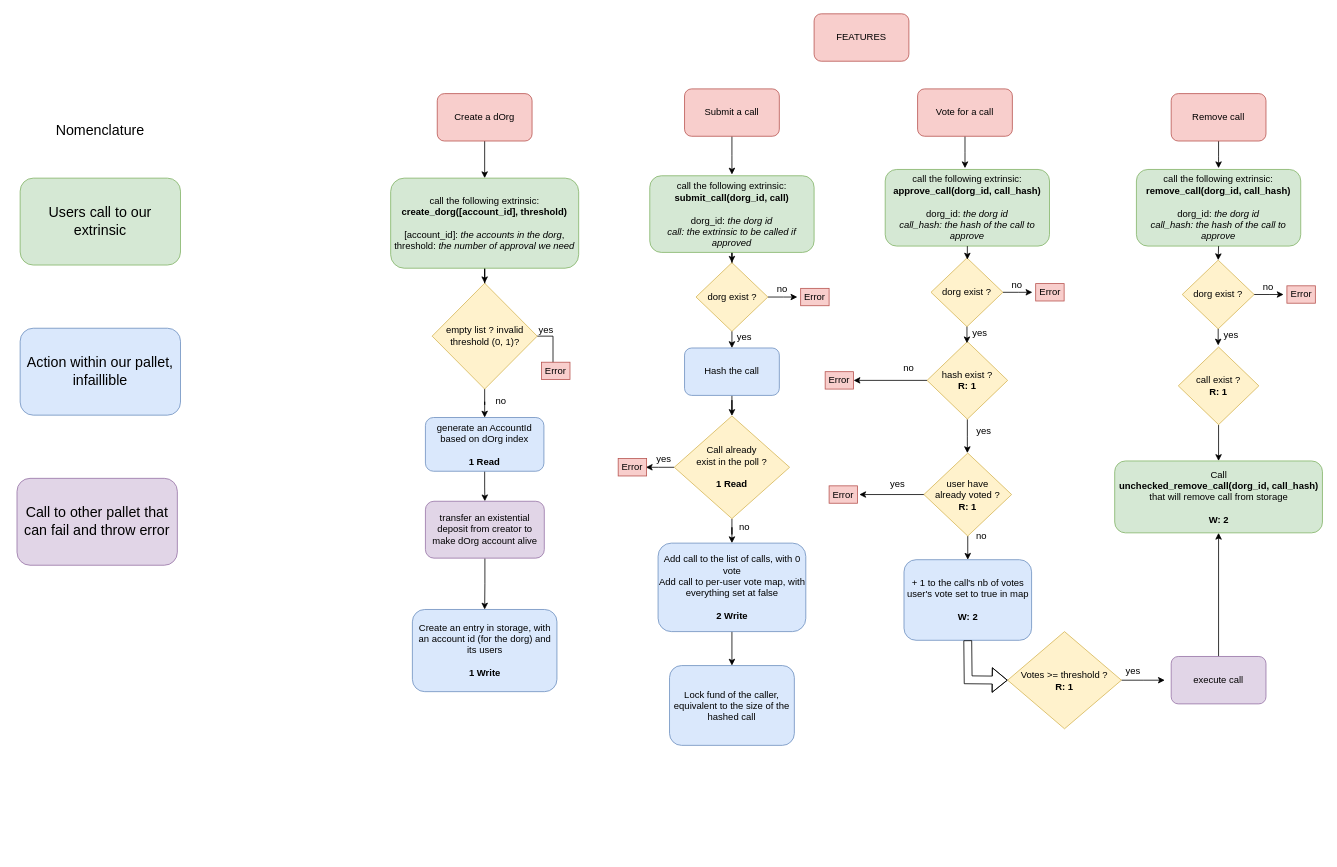
Earlier version of the draw.io diagram pallet_dorg.drawio (kabocha-network/pallet_supersig). Source tidied: cells renumbered, new cells numbered last; positions are measured from the earlier drawing's top-left corner, leaving out a move shared by most shapes. Both pictures are drawn from the tidied source at 79%, with x=0, y=0 at pixel (13, 13).
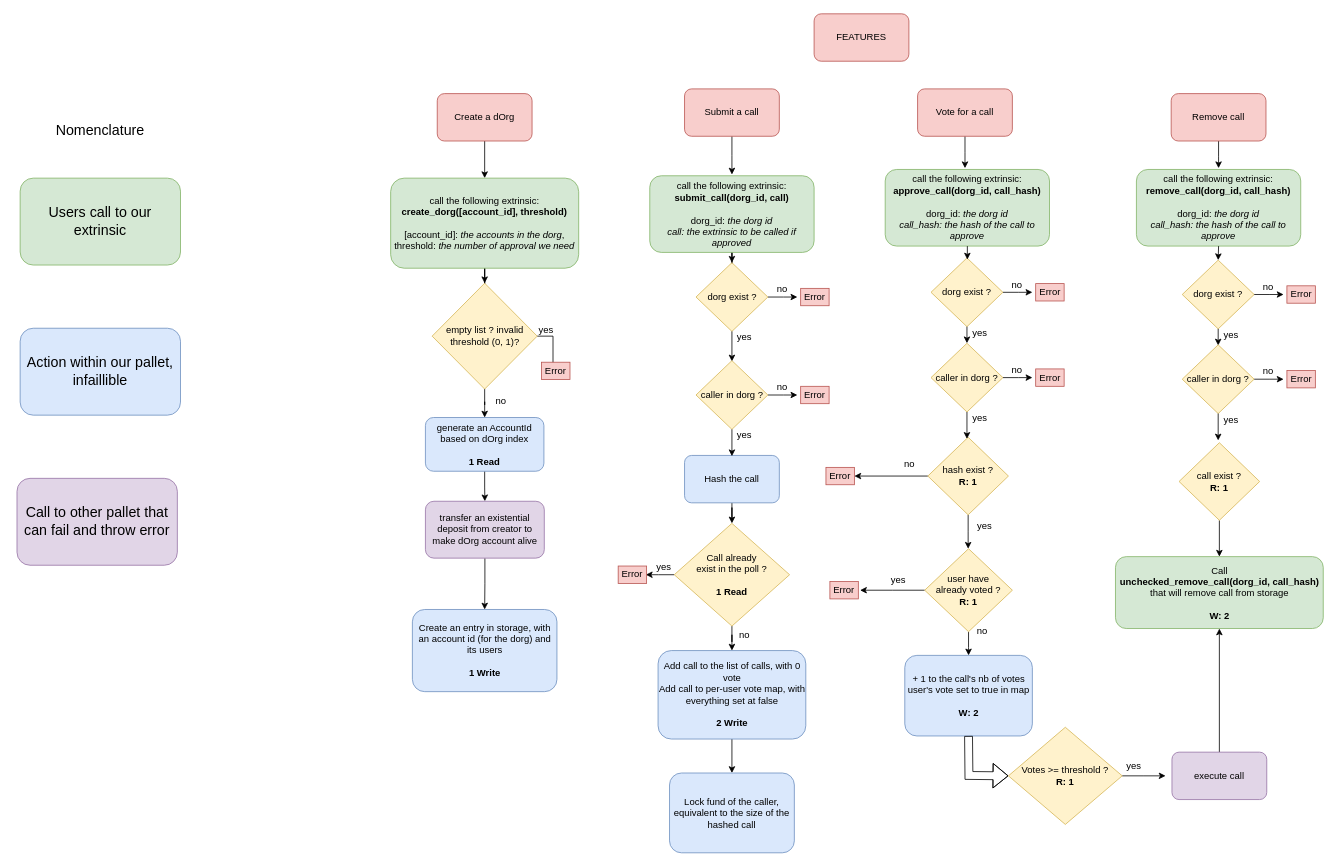
Above is the later version.

Commit message:
added "caller in dorg" check

The change refers to these unchanged cells:
```xml
<mxCell id="58" value="dorg exist ?" style="rhombus;whiteSpace=wrap;html=1;fontSize=12;fillColor=#fff2cc;strokeColor=#d6b656;" parent="1" vertex="1">
  <mxGeometry x="863.5" y="315" width="91" height="87" as="geometry" />
</mxCell>
```

Diff of the diagram source:
```diff
@@
     <mxCell id="23" value="Hash the call" style="rounded=1;whiteSpace=wrap;html=1;fontSize=12;fillColor=#dae8fc;strokeColor=#6c8ebf;" parent="1" vertex="1">
-      <mxGeometry x="849" y="423" width="120" height="60" as="geometry" />
+      <mxGeometry x="849" y="559" width="120" height="60" as="geometry" />
     </mxCell>
@@
     <mxCell id="25" style="edgeStyle=orthogonalEdgeStyle;rounded=0;jettySize=auto;html=1;entryX=1;entryY=0.5;entryDx=0;entryDy=0;fontSize=12;" parent="1" edge="1" source="26">
       <mxGeometry relative="1" as="geometry">
-        <mxPoint x="800" y="574" as="targetPoint" />
+        <mxPoint x="800" y="710" as="targetPoint" />
       </mxGeometry>
     </mxCell>
     <mxCell id="26" value="&lt;div&gt;Call already&lt;/div&gt;&lt;div&gt;exist in the poll ?&lt;/div&gt;&lt;div&gt;&lt;br&gt;&lt;/div&gt;&lt;div&gt;&lt;b&gt;1 Read&lt;/b&gt;&lt;br&gt;&lt;/div&gt;" style="rhombus;whiteSpace=wrap;html=1;fontSize=12;fillColor=#fff2cc;strokeColor=#d6b656;" parent="1" vertex="1">
-      <mxGeometry x="836" y="509" width="146" height="130" as="geometry" />
+      <mxGeometry x="836" y="645" width="146" height="130" as="geometry" />
     </mxCell>
@@
     <mxCell id="28" value="&lt;div&gt;Add call to the list of calls, with 0 vote&lt;/div&gt;&lt;div&gt;Add call to per-user vote map, with everything set at false &lt;br&gt;&lt;/div&gt;&lt;div&gt;&lt;br&gt;&lt;/div&gt;&lt;div&gt;&lt;b&gt;2 Write&lt;/b&gt;&lt;br&gt;&lt;/div&gt;" style="rounded=1;whiteSpace=wrap;html=1;fontSize=12;fillColor=#dae8fc;strokeColor=#6c8ebf;" parent="1" vertex="1">
-      <mxGeometry x="815.5" y="670" width="187" height="112" as="geometry" />
+      <mxGeometry x="815.5" y="806" width="187" height="112" as="geometry" />
     </mxCell>
     <mxCell id="29" value="Error" style="rounded=0;whiteSpace=wrap;html=1;fontSize=12;fillColor=#f8cecc;strokeColor=#b85450;" parent="1" vertex="1">
-      <mxGeometry x="765" y="563" width="36" height="22" as="geometry" />
+      <mxGeometry x="765" y="699" width="36" height="22" as="geometry" />
     </mxCell>
     <mxCell id="30" value="yes" style="text;html=1;strokeColor=none;fillColor=none;align=center;verticalAlign=middle;whiteSpace=wrap;rounded=0;fontSize=12;" parent="1" vertex="1">
-      <mxGeometry x="793" y="549" width="60" height="30" as="geometry" />
+      <mxGeometry x="793" y="685" width="60" height="30" as="geometry" />
     </mxCell>
     <mxCell id="31" value="no" style="text;html=1;strokeColor=none;fillColor=none;align=center;verticalAlign=middle;whiteSpace=wrap;rounded=0;fontSize=12;" parent="1" vertex="1">
-      <mxGeometry x="895" y="635" width="60" height="30" as="geometry" />
+      <mxGeometry x="895" y="771" width="60" height="30" as="geometry" />
     </mxCell>
     <mxCell id="32" value="Lock fund of the caller, equivalent to the size of the hashed call" style="rounded=1;whiteSpace=wrap;html=1;fontSize=12;fillColor=#dae8fc;strokeColor=#6c8ebf;" parent="1" vertex="1">
-      <mxGeometry x="830" y="825" width="158" height="101" as="geometry" />
+      <mxGeometry x="830" y="961" width="158" height="101" as="geometry" />
     </mxCell>
@@
     <mxCell id="35" style="edgeStyle=orthogonalEdgeStyle;rounded=0;jettySize=auto;html=1;fontSize=12;" parent="1" edge="1" source="36">
       <mxGeometry relative="1" as="geometry">
-        <mxPoint x="1207" y="556" as="targetPoint" />
+        <mxPoint x="1208" y="677.1" as="targetPoint" />
       </mxGeometry>
     </mxCell>
     <mxCell id="36" value="&lt;div&gt;hash exist ?&lt;/div&gt;&lt;div&gt;&lt;b&gt;R: 1&lt;/b&gt;&lt;br&gt;&lt;/div&gt;" style="rhombus;whiteSpace=wrap;html=1;fontSize=12;fillColor=#fff2cc;strokeColor=#d6b656;" parent="1" vertex="1">
-      <mxGeometry x="1156" y="414.9" width="102" height="98.2" as="geometry" />
+      <mxGeometry x="1157" y="536" width="102" height="98.2" as="geometry" />
     </mxCell>
     <mxCell id="37" value="Error" style="rounded=0;whiteSpace=wrap;html=1;fontSize=12;fillColor=#f8cecc;strokeColor=#b85450;" parent="1" vertex="1">
-      <mxGeometry x="1027" y="453" width="36" height="22" as="geometry" />
+      <mxGeometry x="1028" y="574.1" width="36" height="22" as="geometry" />
     </mxCell>
     <mxCell id="38" value="no" style="text;html=1;strokeColor=none;fillColor=none;align=center;verticalAlign=middle;whiteSpace=wrap;rounded=0;fontSize=12;" parent="1" vertex="1">
-      <mxGeometry x="1103" y="434" width="60" height="30" as="geometry" />
+      <mxGeometry x="1104" y="555.1" width="60" height="30" as="geometry" />
     </mxCell>
     <mxCell id="39" value="yes" style="text;html=1;strokeColor=none;fillColor=none;align=center;verticalAlign=middle;whiteSpace=wrap;rounded=0;fontSize=12;" parent="1" vertex="1">
-      <mxGeometry x="1198" y="513.1" width="60" height="30" as="geometry" />
+      <mxGeometry x="1199" y="634.2" width="60" height="30" as="geometry" />
     </mxCell>
     <mxCell id="40" style="edgeStyle=orthogonalEdgeStyle;rounded=0;jettySize=auto;html=1;fontSize=12;" parent="1" edge="1" source="42">
       <mxGeometry relative="1" as="geometry">
-        <mxPoint x="1070.2" y="608.5" as="targetPoint" />
+        <mxPoint x="1071.2" y="729.6" as="targetPoint" />
       </mxGeometry>
     </mxCell>
@@
     <mxCell id="42" value="&lt;div&gt;user have&lt;/div&gt;&lt;div&gt;already voted ?&lt;/div&gt;&lt;div&gt;&lt;b&gt;R: 1&lt;/b&gt;&lt;br&gt;&lt;/div&gt;" style="rhombus;whiteSpace=wrap;html=1;fontSize=12;fillColor=#fff2cc;strokeColor=#d6b656;" parent="1" vertex="1">
-      <mxGeometry x="1152" y="556" width="111" height="105" as="geometry" />
+      <mxGeometry x="1153" y="677.1" width="111" height="105" as="geometry" />
     </mxCell>
     <mxCell id="43" value="Error" style="rounded=0;whiteSpace=wrap;html=1;fontSize=12;fillColor=#f8cecc;strokeColor=#b85450;" parent="1" vertex="1">
-      <mxGeometry x="1032" y="597.5" width="36" height="22" as="geometry" />
+      <mxGeometry x="1033" y="718.6" width="36" height="22" as="geometry" />
     </mxCell>
     <mxCell id="44" value="no" style="text;html=1;strokeColor=none;fillColor=none;align=center;verticalAlign=middle;whiteSpace=wrap;rounded=0;fontSize=12;" parent="1" vertex="1">
-      <mxGeometry x="1195" y="646" width="60" height="30" as="geometry" />
+      <mxGeometry x="1196" y="767.1" width="60" height="30" as="geometry" />
     </mxCell>
     <mxCell id="45" value="yes" style="text;html=1;strokeColor=none;fillColor=none;align=center;verticalAlign=middle;whiteSpace=wrap;rounded=0;fontSize=12;" parent="1" vertex="1">
-      <mxGeometry x="1089" y="581" width="60" height="30" as="geometry" />
+      <mxGeometry x="1090" y="702.1" width="60" height="30" as="geometry" />
     </mxCell>
     <mxCell id="46" value="&lt;div&gt;+ 1 to the call's nb of votes&lt;/div&gt;&lt;div&gt;user's vote set to true in map&lt;/div&gt;&lt;div&gt;&lt;b&gt;&lt;br&gt;&lt;/b&gt;&lt;/div&gt;&lt;div&gt;&lt;b&gt;W: 2&lt;/b&gt;&lt;br&gt;&lt;/div&gt;" style="rounded=1;whiteSpace=wrap;html=1;fontSize=12;fillColor=#dae8fc;strokeColor=#6c8ebf;" parent="1" vertex="1">
-      <mxGeometry x="1126.8" y="691" width="161.5" height="102" as="geometry" />
+      <mxGeometry x="1127.8" y="812.1" width="161.5" height="102" as="geometry" />
     </mxCell>
     <mxCell id="47" style="shape=flexArrow;endArrow=classic;html=1;rounded=0;fontSize=12;exitX=0.5;exitY=1;exitDx=0;exitDy=0;entryX=0;entryY=0.5;entryDx=0;entryDy=0;" parent="1" edge="1">
       <mxGeometry relative="1" as="geometry">
-        <mxPoint x="1207.5" y="793" as="sourcePoint" />
-        <mxPoint x="1258" y="843.5" as="targetPoint" />
+        <mxPoint x="1208.5" y="914.1" as="sourcePoint" />
+        <mxPoint x="1259" y="964.6" as="targetPoint" />
         <Array as="points">
-          <mxPoint x="1208" y="843" />
+          <mxPoint x="1209" y="964.1" />
         </Array>
       </mxGeometry>
     </mxCell>
     <mxCell id="48" style="edgeStyle=orthogonalEdgeStyle;rounded=0;jettySize=auto;html=1;fontSize=12;" parent="1" edge="1" source="49">
       <mxGeometry relative="1" as="geometry">
-        <mxPoint x="1456.9" y="843.5" as="targetPoint" />
+        <mxPoint x="1457.9" y="964.6" as="targetPoint" />
       </mxGeometry>
     </mxCell>
     <mxCell id="49" value="&lt;div&gt;Votes &amp;gt;= threshold ?&lt;/div&gt;&lt;b&gt;R: 1&lt;/b&gt;" style="rhombus;whiteSpace=wrap;html=1;fontSize=12;fillColor=#fff2cc;strokeColor=#d6b656;" parent="1" vertex="1">
-      <mxGeometry x="1258" y="782" width="144" height="123" as="geometry" />
+      <mxGeometry x="1259" y="903.1" width="144" height="123" as="geometry" />
     </mxCell>
     <mxCell id="50" value="yes" style="text;html=1;strokeColor=none;fillColor=none;align=center;verticalAlign=middle;whiteSpace=wrap;rounded=0;fontSize=12;" parent="1" vertex="1">
-      <mxGeometry x="1387" y="817" width="60" height="30" as="geometry" />
+      <mxGeometry x="1388" y="938.1" width="60" height="30" as="geometry" />
     </mxCell>
@@
     <mxCell id="52" value="execute call" style="rounded=1;whiteSpace=wrap;html=1;fontSize=12;fillColor=#e1d5e7;strokeColor=#9673a6;" parent="1" vertex="1">
-      <mxGeometry x="1465" y="813.5" width="120" height="60" as="geometry" />
+      <mxGeometry x="1466" y="934.6" width="120" height="60" as="geometry" />
     </mxCell>
@@
     <mxCell id="54" value="&lt;div&gt;call exist ?&lt;/div&gt;&lt;div&gt;&lt;b&gt;R: 1&lt;/b&gt;&lt;br&gt;&lt;/div&gt;" style="rhombus;whiteSpace=wrap;html=1;fontSize=12;fillColor=#fff2cc;strokeColor=#d6b656;" parent="1" vertex="1">
-      <mxGeometry x="1474" y="421.8" width="102" height="98.2" as="geometry" />
+      <mxGeometry x="1475" y="542.9" width="102" height="98.2" as="geometry" />
     </mxCell>
@@
     <mxCell id="56" value="&lt;div&gt;Call&lt;/div&gt;&lt;div&gt;&lt;b&gt;unchecked_remove_call(dorg_id, call_hash)&lt;/b&gt;&lt;br&gt;&lt;/div&gt;&lt;div&gt;that will remove call from storage&lt;/div&gt;&lt;div&gt;&lt;br&gt;&lt;/div&gt;&lt;div&gt;&lt;b&gt;W: 2&lt;/b&gt;&lt;br&gt;&lt;/div&gt;" style="rounded=1;whiteSpace=wrap;html=1;fontSize=12;fillColor=#d5e8d4;strokeColor=#82b366;" parent="1" vertex="1">
-      <mxGeometry x="1393.5" y="566" width="263" height="91" as="geometry" />
+      <mxGeometry x="1394.5" y="687.1" width="263" height="91" as="geometry" />
     </mxCell>
@@
-    <mxCell id="62" style="endArrow=classic;html=1;rounded=0;fontSize=12;exitX=0.5;exitY=1;exitDx=0;exitDy=0;entryX=0.5;entryY=0;entryDx=0;entryDy=0;" parent="1" edge="1" source="58" target="23">
-      <mxGeometry relative="1" as="geometry" />
+    <mxCell id="62" style="endArrow=classic;html=1;rounded=0;fontSize=12;exitX=0.5;exitY=1;exitDx=0;exitDy=0;" parent="1" edge="1" source="58">
+      <mxGeometry relative="1" as="geometry">
+        <mxPoint x="909" y="440" as="targetPoint" />
+      </mxGeometry>
     </mxCell>
@@
+    <mxCell id="85" style="edgeStyle=orthogonalEdgeStyle;rounded=0;jettySize=auto;html=1;fontSize=12;" parent="1" edge="1" source="86">
+      <mxGeometry relative="1" as="geometry">
+        <mxPoint x="991.8" y="482.5" as="targetPoint" />
+      </mxGeometry>
+    </mxCell>
+    <mxCell id="86" value="caller in dorg ?" style="rhombus;whiteSpace=wrap;html=1;fontSize=12;fillColor=#fff2cc;strokeColor=#d6b656;" parent="1" vertex="1">
+      <mxGeometry x="863.5" y="439" width="91" height="87" as="geometry" />
+    </mxCell>
+    <mxCell id="87" value="no" style="text;html=1;strokeColor=none;fillColor=none;align=center;verticalAlign=middle;whiteSpace=wrap;rounded=0;fontSize=12;" parent="1" vertex="1">
+      <mxGeometry x="942.5" y="458" width="60" height="30" as="geometry" />
+    </mxCell>
+    <mxCell id="88" value="yes" style="text;html=1;strokeColor=none;fillColor=none;align=center;verticalAlign=middle;whiteSpace=wrap;rounded=0;fontSize=12;" parent="1" vertex="1">
+      <mxGeometry x="895" y="519" width="60" height="30" as="geometry" />
+    </mxCell>
+    <mxCell id="89" value="Error" style="rounded=0;whiteSpace=wrap;html=1;fontSize=12;fillColor=#f8cecc;strokeColor=#b85450;" parent="1" vertex="1">
+      <mxGeometry x="996" y="471.5" width="36" height="22" as="geometry" />
+    </mxCell>
+    <mxCell id="90" style="endArrow=classic;html=1;rounded=0;fontSize=12;exitX=0.5;exitY=1;exitDx=0;exitDy=0;" parent="1" edge="1" source="86">
+      <mxGeometry relative="1" as="geometry">
+        <mxPoint x="909" y="560" as="targetPoint" />
+      </mxGeometry>
+    </mxCell>
+    <mxCell id="91" style="edgeStyle=orthogonalEdgeStyle;rounded=0;jettySize=auto;html=1;fontSize=12;" parent="1" edge="1" source="92">
+      <mxGeometry relative="1" as="geometry">
+        <mxPoint x="1289.3" y="460.5" as="targetPoint" />
+      </mxGeometry>
+    </mxCell>
+    <mxCell id="92" value="caller in dorg ?" style="rhombus;whiteSpace=wrap;html=1;fontSize=12;fillColor=#fff2cc;strokeColor=#d6b656;" parent="1" vertex="1">
+      <mxGeometry x="1161" y="417" width="91" height="87" as="geometry" />
+    </mxCell>
+    <mxCell id="93" value="no" style="text;html=1;strokeColor=none;fillColor=none;align=center;verticalAlign=middle;whiteSpace=wrap;rounded=0;fontSize=12;" parent="1" vertex="1">
+      <mxGeometry x="1240" y="436" width="60" height="30" as="geometry" />
+    </mxCell>
+    <mxCell id="94" value="yes" style="text;html=1;strokeColor=none;fillColor=none;align=center;verticalAlign=middle;whiteSpace=wrap;rounded=0;fontSize=12;" parent="1" vertex="1">
+      <mxGeometry x="1192.5" y="497" width="60" height="30" as="geometry" />
+    </mxCell>
+    <mxCell id="95" value="Error" style="rounded=0;whiteSpace=wrap;html=1;fontSize=12;fillColor=#f8cecc;strokeColor=#b85450;" parent="1" vertex="1">
+      <mxGeometry x="1293.5" y="449.5" width="36" height="22" as="geometry" />
+    </mxCell>
+    <mxCell id="96" style="endArrow=classic;html=1;rounded=0;fontSize=12;exitX=0.5;exitY=1;exitDx=0;exitDy=0;" parent="1" edge="1" source="92">
+      <mxGeometry relative="1" as="geometry">
+        <mxPoint x="1206.5" y="538" as="targetPoint" />
+      </mxGeometry>
+    </mxCell>
+    <mxCell id="97" style="edgeStyle=orthogonalEdgeStyle;rounded=0;jettySize=auto;html=1;fontSize=12;" parent="1" edge="1" source="98">
+      <mxGeometry relative="1" as="geometry">
+        <mxPoint x="1607.3" y="462.5" as="targetPoint" />
+      </mxGeometry>
+    </mxCell>
+    <mxCell id="98" value="caller in dorg ?" style="rhombus;whiteSpace=wrap;html=1;fontSize=12;fillColor=#fff2cc;strokeColor=#d6b656;" parent="1" vertex="1">
+      <mxGeometry x="1479" y="419" width="91" height="87" as="geometry" />
+    </mxCell>
+    <mxCell id="99" value="no" style="text;html=1;strokeColor=none;fillColor=none;align=center;verticalAlign=middle;whiteSpace=wrap;rounded=0;fontSize=12;" parent="1" vertex="1">
+      <mxGeometry x="1558" y="438" width="60" height="30" as="geometry" />
+    </mxCell>
+    <mxCell id="100" value="yes" style="text;html=1;strokeColor=none;fillColor=none;align=center;verticalAlign=middle;whiteSpace=wrap;rounded=0;fontSize=12;" parent="1" vertex="1">
+      <mxGeometry x="1510.5" y="499" width="60" height="30" as="geometry" />
+    </mxCell>
+    <mxCell id="101" value="Error" style="rounded=0;whiteSpace=wrap;html=1;fontSize=12;fillColor=#f8cecc;strokeColor=#b85450;" parent="1" vertex="1">
+      <mxGeometry x="1611.5" y="451.5" width="36" height="22" as="geometry" />
+    </mxCell>
+    <mxCell id="102" style="endArrow=classic;html=1;rounded=0;fontSize=12;exitX=0.5;exitY=1;exitDx=0;exitDy=0;" parent="1" edge="1" source="98">
+      <mxGeometry relative="1" as="geometry">
+        <mxPoint x="1524.5" y="540" as="targetPoint" />
+      </mxGeometry>
+    </mxCell>
```
